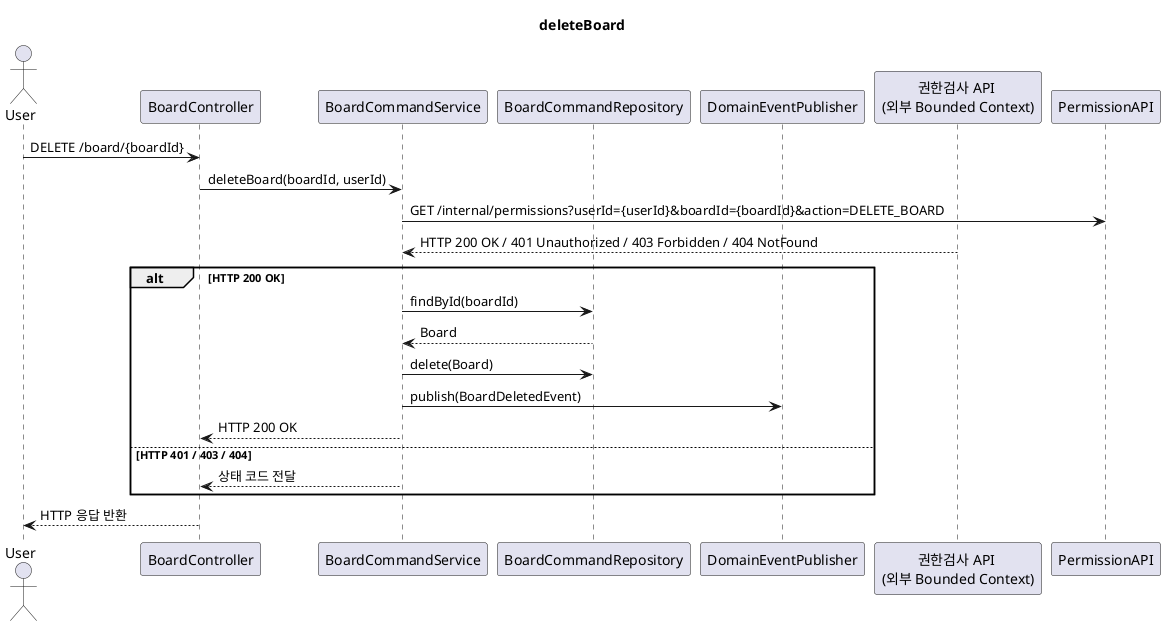
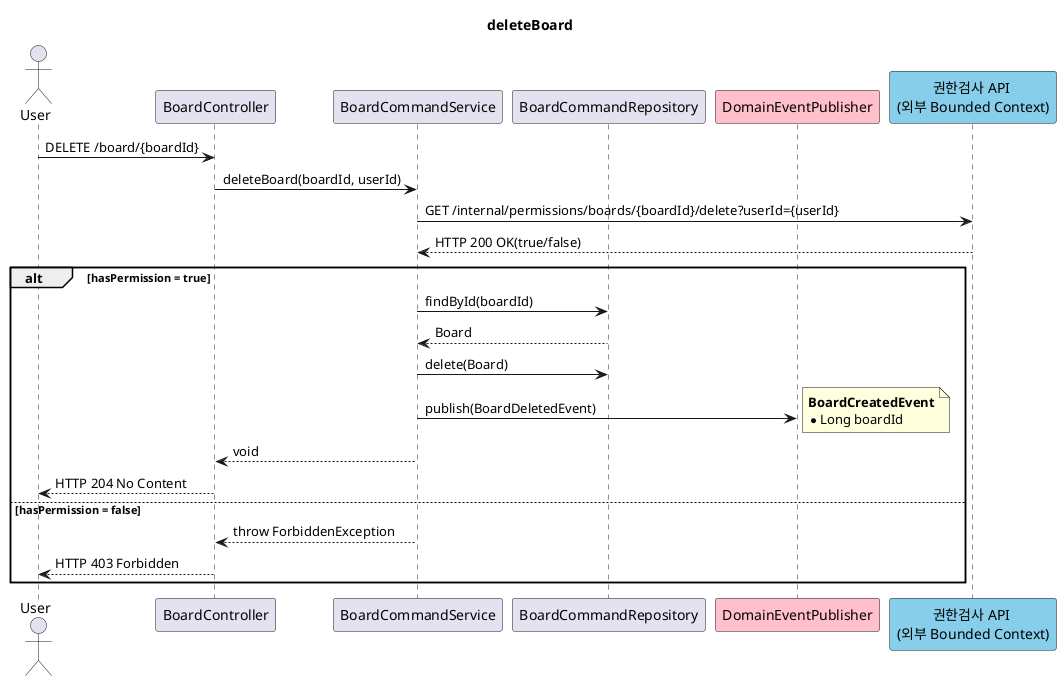
@startuml
title deleteBoard

actor User
participant BoardController
participant BoardCommandService
participant BoardCommandRepository
- participant DomainEventPublisher
+ participant DomainEventPublisher #pink

- participant PermissionContextAPI as "권한검사 API \n(외부 Bounded Context)"
+ participant PermissionContextAPI as "권한검사 API \n(외부 Bounded Context)" #skyblue

User -> BoardController : DELETE /board/{boardId}
BoardController -> BoardCommandService : deleteBoard(boardId, userId)

- BoardCommandService -> PermissionAPI : GET /internal/permissions?userId={userId}&boardId={boardId}&action=DELETE_BOARD
- PermissionContextAPI --> BoardCommandService : HTTP 200 OK / 401 Unauthorized / 403 Forbidden / 404 NotFound
+ BoardCommandService -> PermissionContextAPI : GET /internal/permissions/boards/{boardId}/delete?userId={userId}
+ PermissionContextAPI --> BoardCommandService : HTTP 200 OK(true/false)

- alt HTTP 200 OK
-     BoardCommandService -> BoardCommandRepository : findById(boardId)
-     BoardCommandRepository --> BoardCommandService : Board
+ alt hasPermission = true
+   BoardCommandService -> BoardCommandRepository : findById(boardId)
+   BoardCommandRepository --> BoardCommandService : Board

-     BoardCommandService -> BoardCommandRepository : delete(Board)
-     BoardCommandService -> DomainEventPublisher : publish(BoardDeletedEvent)
- 
-     BoardCommandService --> BoardController : HTTP 200 OK
- else HTTP 401 / 403 / 404
-     BoardCommandService --> BoardController : 상태 코드 전달
+   BoardCommandService -> BoardCommandRepository : delete(Board)
+   BoardCommandService -> DomainEventPublisher : publish(BoardDeletedEvent)
+ note right
+ <b>BoardCreatedEvent</b>
+ * Long boardId
+ end note
+   BoardCommandService --> BoardController : void
+   BoardController --> User : HTTP 204 No Content
+ else hasPermission = false
+   BoardCommandService --> BoardController : throw ForbiddenException
+   BoardController --> User : HTTP 403 Forbidden
end

- BoardController --> User : HTTP 응답 반환
+ 
@enduml